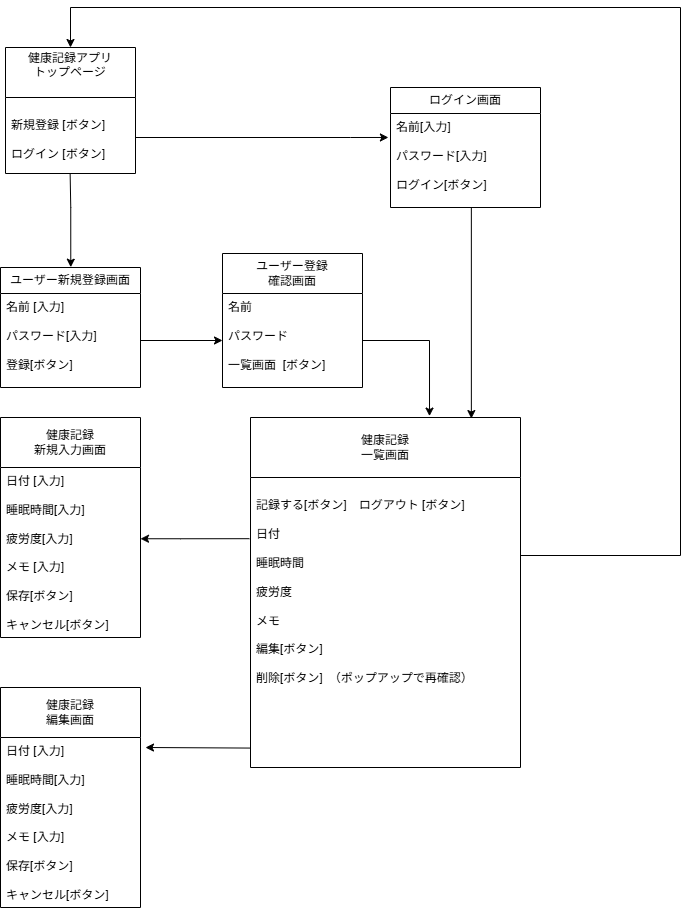
This is docs/images/screen-transition.png from sakuma-s/health-tracker, a draw.io export, as it was before one commit. Source tidied: cells renumbered, new cells last; positions are measured from the earlier drawing's top-left corner, leaving out a move shared by most shapes.
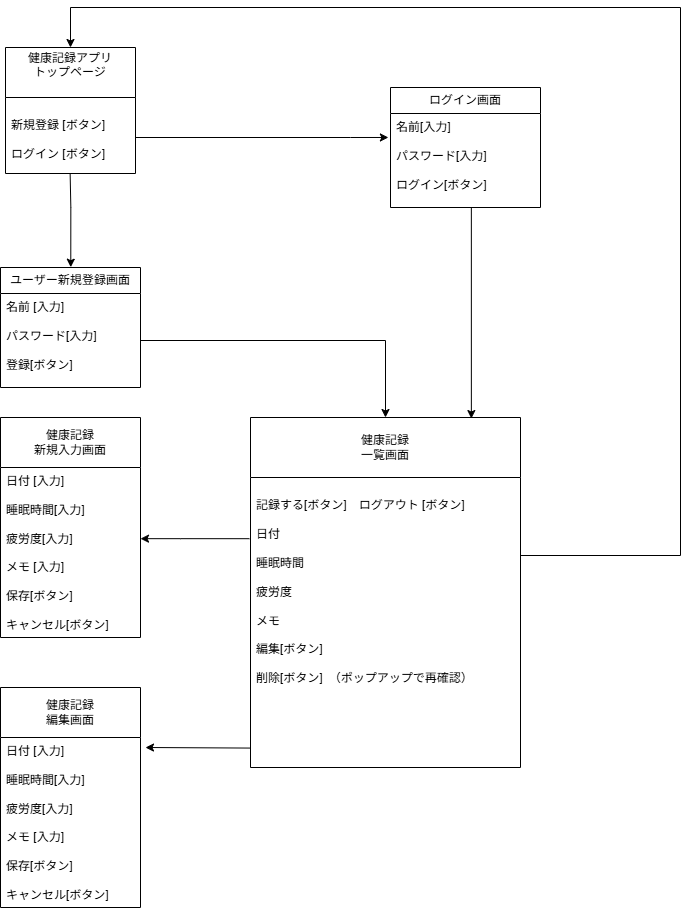
The same diagram one commit later.

Commit message:
docs: 画面遷移図の更新

The edit, as a diff of the source:
```diff
@@ -68,18 +68,9 @@
         </Array>
       </mxGeometry>
     </mxCell>
-    <mxCell id="16" value="ユーザー登録&lt;div&gt;確認画面&lt;/div&gt;" style="swimlane;fontStyle=0;horizontal=1;startSize=40;fillColor=default;whiteSpace=wrap;html=1;swimlaneFillColor=default;" parent="1" vertex="1">
-      <mxGeometry x="222" y="246" width="140" height="134" as="geometry" />
-    </mxCell>
-    <mxCell id="17" value="&lt;div&gt;名前&amp;nbsp;&lt;/div&gt;&lt;div&gt;&lt;br&gt;&lt;/div&gt;&lt;div&gt;パスワード&lt;/div&gt;&lt;div&gt;&lt;span style=&quot;background-color: transparent; color: light-dark(rgb(0, 0, 0), rgb(255, 255, 255));&quot;&gt;&lt;br&gt;&lt;/span&gt;&lt;/div&gt;&lt;div&gt;一覧画面&amp;nbsp; [ボタン]&lt;/div&gt;" style="text;strokeColor=none;fillColor=none;align=left;verticalAlign=top;spacingLeft=4;spacingRight=4;overflow=hidden;points=[[0,0.5],[1,0.5]];portConstraint=eastwest;whiteSpace=wrap;html=1;" parent="16" vertex="1">
-      <mxGeometry y="40" width="140" height="94" as="geometry" />
-    </mxCell>
-    <mxCell id="18" style="edgeStyle=orthogonalEdgeStyle;rounded=0;jettySize=auto;html=1;exitX=1;exitY=0.5;exitDx=0;exitDy=0;entryX=0;entryY=0.5;entryDx=0;entryDy=0;" parent="1" edge="1" source="7" target="17">
+    <mxCell id="18" style="edgeStyle=orthogonalEdgeStyle;rounded=0;jettySize=auto;html=1;exitX=1;exitY=0.5;exitDx=0;exitDy=0;entryX=0.5;entryY=0;entryDx=0;entryDy=0;" parent="1" edge="1" source="7" target="12">
       <mxGeometry relative="1" as="geometry" />
     </mxCell>
-    <mxCell id="19" style="edgeStyle=orthogonalEdgeStyle;rounded=0;jettySize=auto;html=1;exitX=1;exitY=0.5;exitDx=0;exitDy=0;entryX=0.663;entryY=-0.004;entryDx=0;entryDy=0;entryPerimeter=0;" parent="1" edge="1" source="17" target="12">
-      <mxGeometry relative="1" as="geometry" />
-    </mxCell>
     <mxCell id="20" style="edgeStyle=none;jettySize=auto;html=1;rounded=0;entryX=0;entryY=0.933;entryDx=0;entryDy=0;entryPerimeter=0;startArrow=classic;startFill=1;endArrow=none;endFill=0;" parent="1" edge="1" target="13">
       <mxGeometry relative="1" as="geometry">
         <mxPoint x="145" y="740" as="sourcePoint" />
```
